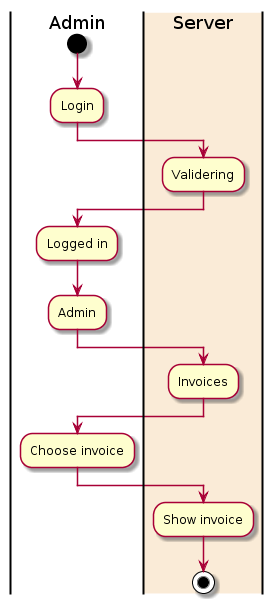
cph-mn521/Cup_Cake keeps this PlantUML diagram as diagrams/Navigationsdiagram_admin_check_invoice.png. Above is the earlier version. The source it was exported from:
```plantuml
@startuml
|Admin|
start
:Login;
|#AntiqueWhite|Server|
:Validering;
|Admin|
:Logged in;
:Admin;
|#AntiqueWhite|Server|
:Invoices;
|Admin|
:Choose invoice;
|#AntiqueWhite|Server|
:Show invoice;
stop
@enduml
```
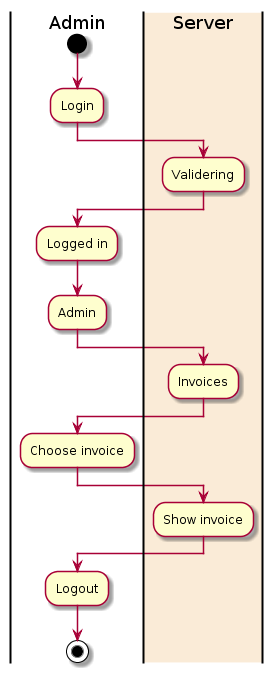
After the commit.

Diff of the diagram source:
```diff
@@ -13,5 +13,7 @@
 :Choose invoice;
 |#AntiqueWhite|Server|
 :Show invoice;
+|Admin|
+:Logout;
 stop
 @enduml
```
